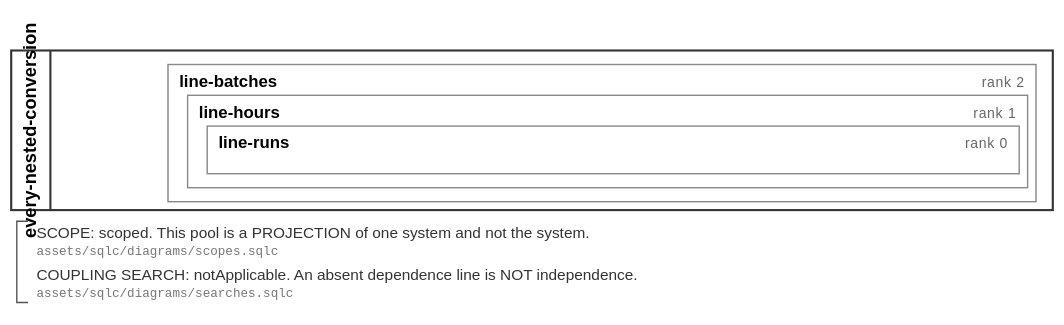
This is assets/svg/filings/every-nested-conversion.svg from soulstompp/process-modulus, a BPMN export, as it was before one commit. Its source is kept beside it as assets/bpmn/filings/every-nested-conversion.bpmn. Ids are renumbered.
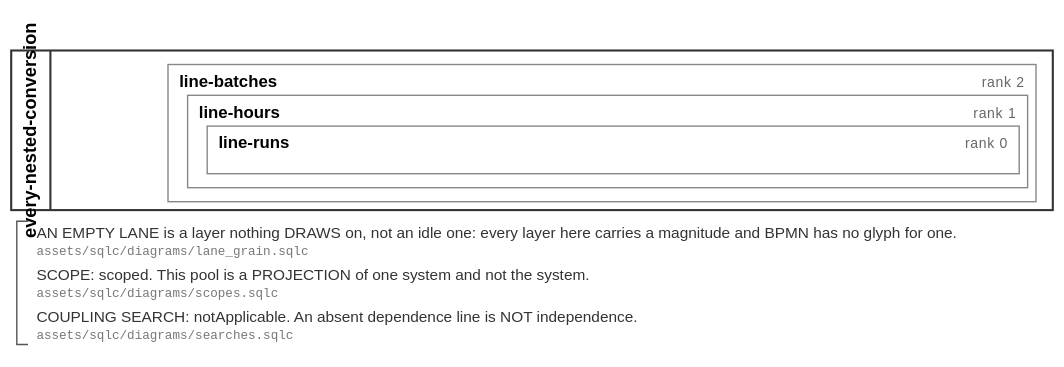
Above is the later version.

Change to the diagram source:
```diff
@@ -30,6 +30,9 @@
         </childLaneSet>
       </lane>
     </laneSet>
+    <textAnnotation id="note_every-nested-conversion_lane">
+      <text>AN EMPTY LANE is a layer nothing DRAWS on, not an idle one: every layer here carries a magnitude and BPMN has no glyph for one. [assets/sqlc/diagrams/lane_grain.sqlc]</text>
+    </textAnnotation>
     <textAnnotation id="note_every-nested-conversion_scope">
       <text>SCOPE: scoped. This pool is a PROJECTION of one system and not the system. [assets/sqlc/diagrams/scopes.sqlc]</text>
     </textAnnotation>
@@ -51,11 +54,14 @@
       <bpmndi:BPMNShape id="shape_every-nested-conversion_lane_every-nested-conversion_line-runs" bpmnElement="tns:lane_every-nested-conversion_line-runs">
         <dc:Bounds x="148" y="90" width="580" height="34"/>
       </bpmndi:BPMNShape>
-      <bpmndi:BPMNShape id="shape_every-nested-conversion_note_every-nested-conversion_scope" bpmnElement="tns:note_every-nested-conversion_scope">
+      <bpmndi:BPMNShape id="shape_every-nested-conversion_note_every-nested-conversion_lane" bpmnElement="tns:note_every-nested-conversion_lane">
         <dc:Bounds x="20" y="158" width="720" height="28"/>
       </bpmndi:BPMNShape>
+      <bpmndi:BPMNShape id="shape_every-nested-conversion_note_every-nested-conversion_scope" bpmnElement="tns:note_every-nested-conversion_scope">
+        <dc:Bounds x="20" y="188" width="720" height="28"/>
+      </bpmndi:BPMNShape>
       <bpmndi:BPMNShape id="shape_every-nested-conversion_note_every-nested-conversion_search" bpmnElement="tns:note_every-nested-conversion_search">
-        <dc:Bounds x="20" y="188" width="720" height="28"/>
+        <dc:Bounds x="20" y="218" width="720" height="28"/>
       </bpmndi:BPMNShape>
     </bpmndi:BPMNPlane>
   </bpmndi:BPMNDiagram>
```
